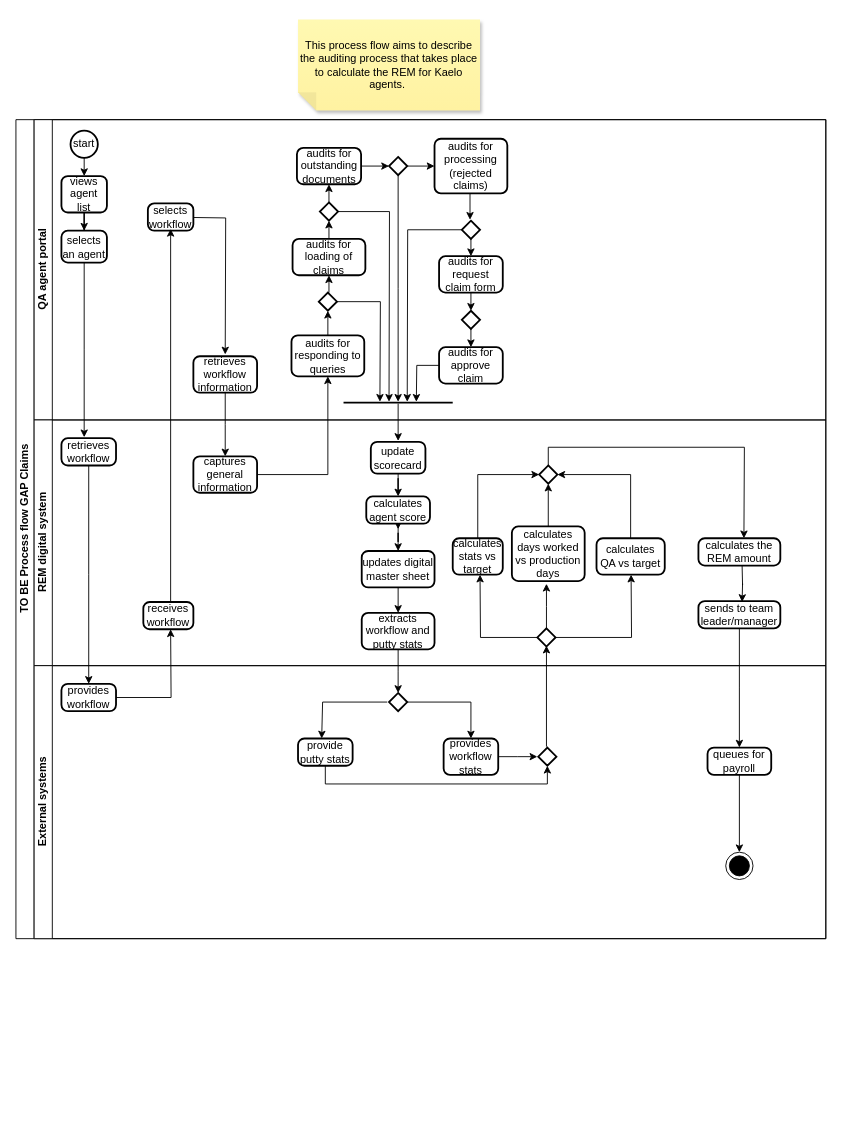
Earlier version of the draw.io diagram Gapclaims.drawio (TJ-Kwetsane1993/Thato). Source tidied: cells renumbered, new cells numbered last; positions are measured from the earlier drawing's top-left corner, leaving out a move shared by most shapes. Both pictures are drawn from the tidied source at 91%, with x=0, y=0 at pixel (15, 19).
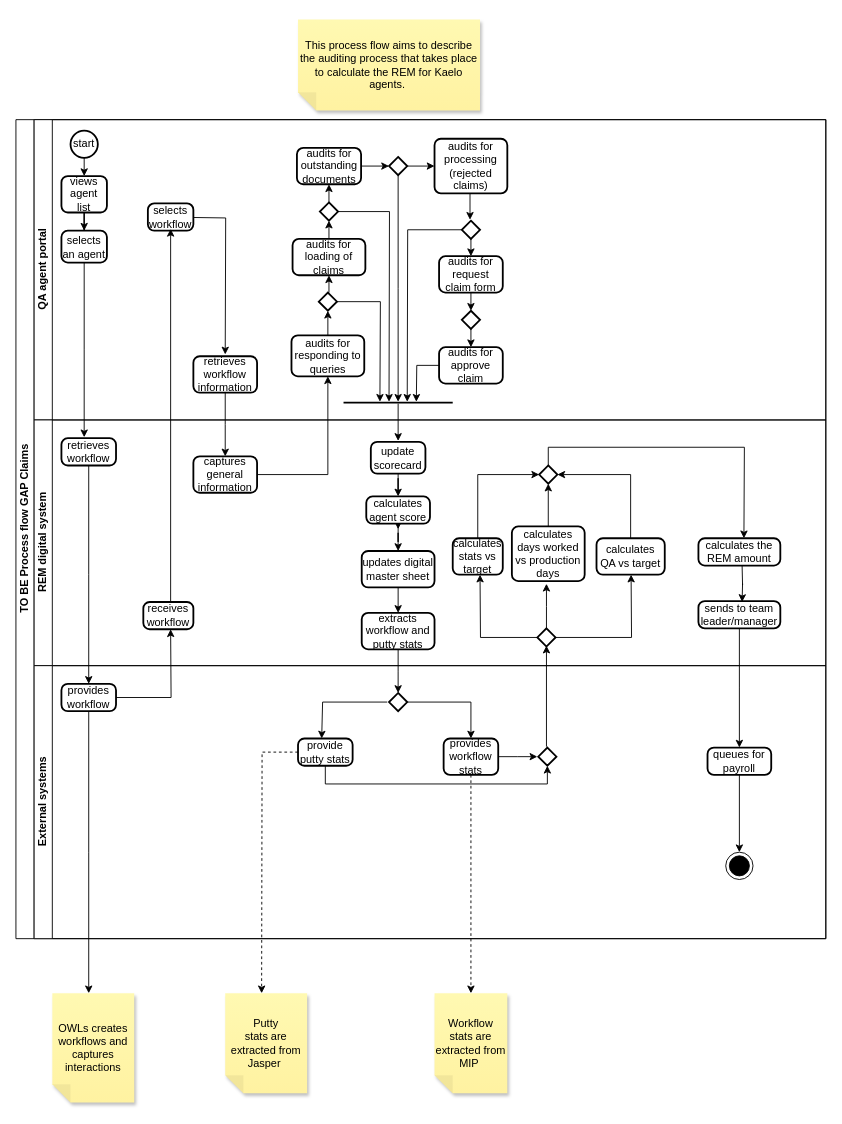
After the change.

The change refers to these unchanged cells:
```xml
<mxCell id="75" value="External systems" style="swimlane;startSize=20;horizontal=0;html=1;" parent="2" vertex="1">
  <mxGeometry x="20" y="600" width="870" height="300" as="geometry" />
</mxCell>
<mxCell id="77" value="provides workflow" style="rounded=1;whiteSpace=wrap;html=1;absoluteArcSize=1;arcSize=14;strokeWidth=2;" parent="75" vertex="1">
  <mxGeometry x="30" y="20" width="60" height="30" as="geometry" />
</mxCell>
<mxCell id="81" value="provide putty stats" style="rounded=1;whiteSpace=wrap;html=1;absoluteArcSize=1;arcSize=14;strokeWidth=2;" parent="75" vertex="1">
  <mxGeometry x="290" y="80" width="60" height="30" as="geometry" />
</mxCell>
<mxCell id="83" value="provides workflow stats" style="rounded=1;whiteSpace=wrap;html=1;absoluteArcSize=1;arcSize=14;strokeWidth=2;" parent="75" vertex="1">
  <mxGeometry x="450" y="80" width="60" height="40" as="geometry" />
</mxCell>
```

Diff of the diagram source:
```diff
@@
+    <mxCell id="93" style="edgeStyle=orthogonalEdgeStyle;rounded=0;jettySize=auto;html=1;exitX=0.5;exitY=1;exitDx=0;exitDy=0;" parent="75" edge="1" source="77">
+      <mxGeometry relative="1" as="geometry">
+        <mxPoint x="60" y="360" as="targetPoint" />
+      </mxGeometry>
+    </mxCell>
@@
+    <mxCell id="94" style="edgeStyle=orthogonalEdgeStyle;rounded=0;jettySize=auto;html=1;exitX=0;exitY=0.5;exitDx=0;exitDy=0;dashed=1;" parent="75" edge="1" source="81">
+      <mxGeometry relative="1" as="geometry">
+        <mxPoint x="250" y="360" as="targetPoint" />
+      </mxGeometry>
+    </mxCell>
@@
+    <mxCell id="95" style="edgeStyle=orthogonalEdgeStyle;rounded=0;jettySize=auto;html=1;exitX=0.5;exitY=1;exitDx=0;exitDy=0;dashed=1;" parent="75" edge="1" source="83">
+      <mxGeometry relative="1" as="geometry">
+        <mxPoint x="480" y="360" as="targetPoint" />
+      </mxGeometry>
+    </mxCell>
@@
+    <mxCell id="96" value="&lt;span style=&quot;line-height: 107%;&quot;&gt;&lt;font style=&quot;font-size: 12px;&quot;&gt;Workflow&lt;br&gt;stats are extracted from MIP&amp;nbsp;&lt;/font&gt;&lt;/span&gt;" style="shape=note;whiteSpace=wrap;html=1;backgroundOutline=1;fontColor=#000000;darkOpacity=0.05;fillColor=#FFF9B2;strokeColor=none;fillStyle=solid;direction=west;gradientDirection=north;gradientColor=#FFF2A1;shadow=1;size=20;" parent="1" vertex="1">
+      <mxGeometry x="460" y="1070" width="80" height="110" as="geometry" />
+    </mxCell>
+    <mxCell id="97" value="&lt;span style=&quot;line-height: 107%;&quot;&gt;&lt;font style=&quot;font-size: 12px;&quot;&gt;Putty&lt;br&gt;stats are extracted from Jasper&amp;nbsp;&lt;/font&gt;&lt;/span&gt;" style="shape=note;whiteSpace=wrap;html=1;backgroundOutline=1;fontColor=#000000;darkOpacity=0.05;fillColor=#FFF9B2;strokeColor=none;fillStyle=solid;direction=west;gradientDirection=north;gradientColor=#FFF2A1;shadow=1;size=20;" parent="1" vertex="1">
+      <mxGeometry x="230" y="1070" width="90" height="110" as="geometry" />
+    </mxCell>
+    <mxCell id="98" value="OWLs creates workflows and captures interactions" style="shape=note;whiteSpace=wrap;html=1;backgroundOutline=1;fontColor=#000000;darkOpacity=0.05;fillColor=#FFF9B2;strokeColor=none;fillStyle=solid;direction=west;gradientDirection=north;gradientColor=#FFF2A1;shadow=1;size=20;" parent="1" vertex="1">
+      <mxGeometry x="40" y="1070" width="90" height="120" as="geometry" />
+    </mxCell>
```
